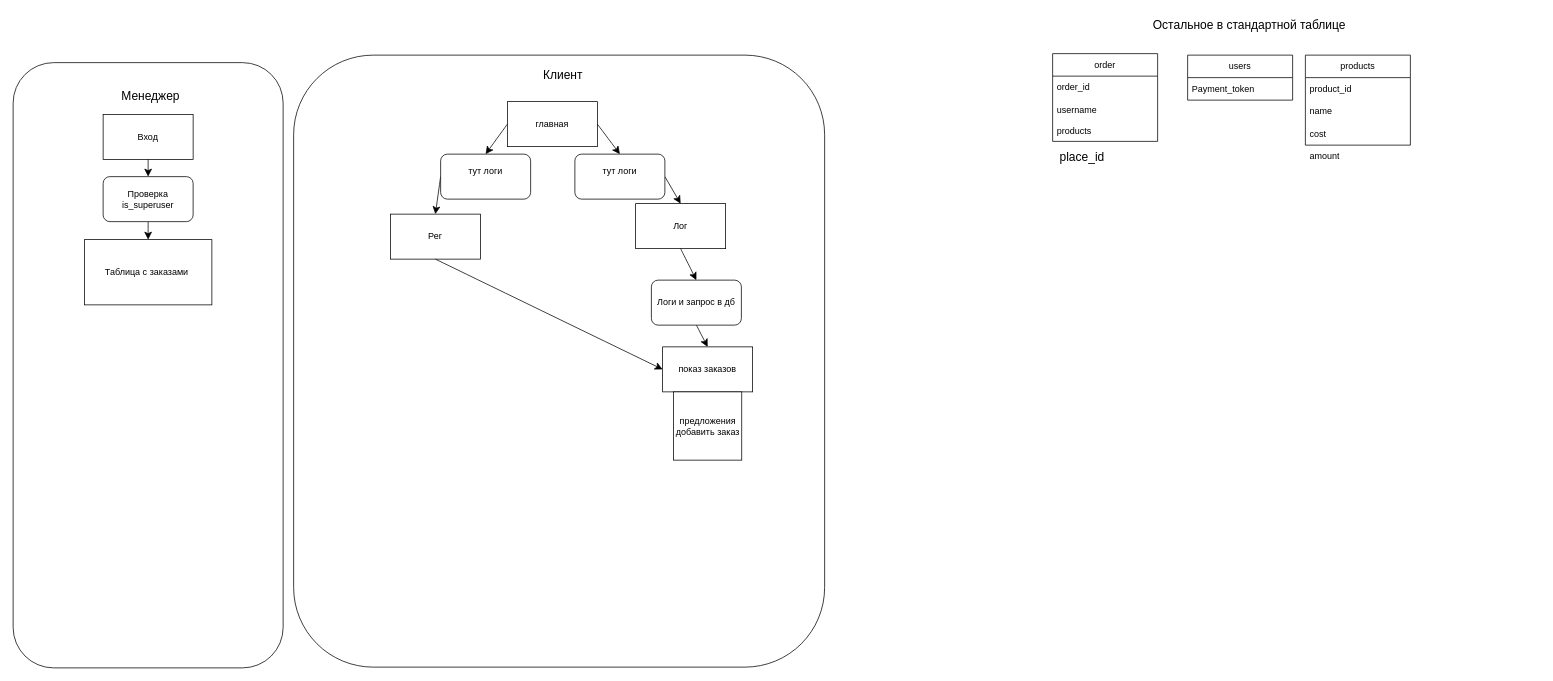
The draw.io diagram Road_map/Диаграмма без названия.drawio in Froo-tech/Pizza_django, before the edit. Source tidied: cells renumbered, new cells numbered last; positions are measured from the earlier drawing's top-left corner, leaving out a move shared by most shapes. Both pictures are drawn from the tidied source at 75%, with x=0, y=0 at pixel (13, 13).
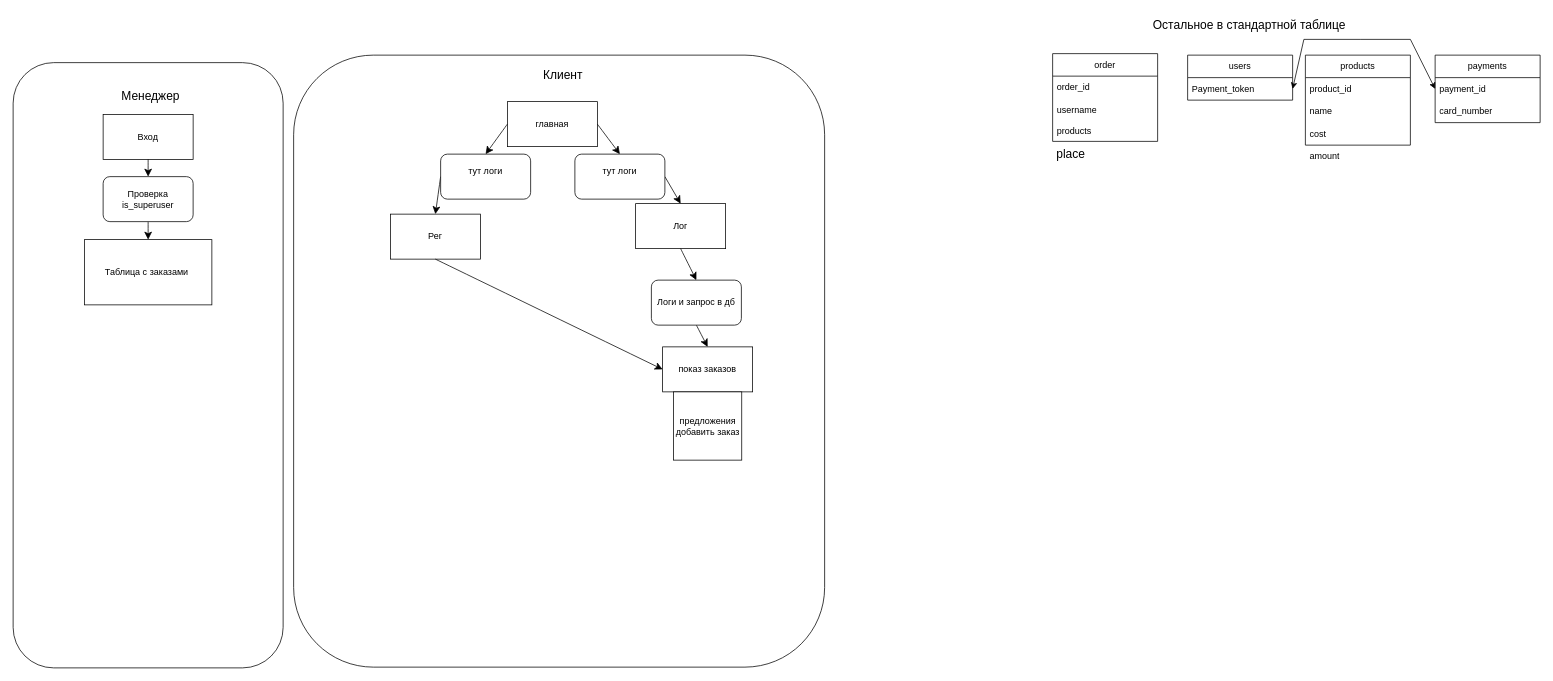
The same diagram, later.

Unchanged cells that the change refers to:
```xml
<mxCell id="16" value="Payment_token" style="text;strokeColor=none;fillColor=none;align=left;verticalAlign=middle;spacingLeft=4;spacingRight=4;overflow=hidden;points=[[0,0.5],[1,0.5]];portConstraint=eastwest;whiteSpace=wrap;html=1;" parent="15" vertex="1">
  <mxGeometry y="30" width="140" height="30" as="geometry" />
</mxCell>
```

The edit, as a diff of the source:
```diff
@@
-    <mxCell id="37" value="place_id" style="text;html=1;align=center;verticalAlign=middle;strokeColor=none;fillColor=none;fontSize=16;" parent="1" vertex="1">
-      <mxGeometry x="1386" y="176" width="78" height="31" as="geometry" />
+    <mxCell id="37" value="place" style="text;html=1;align=center;verticalAlign=middle;strokeColor=none;fillColor=none;fontSize=16;" parent="1" vertex="1">
+      <mxGeometry x="1382" y="171" width="56" height="31" as="geometry" />
     </mxCell>
@@
+    <mxCell id="40" value="payments" style="swimlane;fontStyle=0;horizontal=1;startSize=30;whiteSpace=wrap;html=1;" parent="1" vertex="1">
+      <mxGeometry x="1896" y="56" width="140" height="90" as="geometry" />
+    </mxCell>
+    <mxCell id="41" value="payment_id" style="text;strokeColor=none;fillColor=none;align=left;verticalAlign=middle;spacingLeft=4;spacingRight=4;overflow=hidden;points=[[0,0.5],[1,0.5]];portConstraint=eastwest;whiteSpace=wrap;html=1;" parent="40" vertex="1">
+      <mxGeometry y="30" width="140" height="30" as="geometry" />
+    </mxCell>
+    <mxCell id="42" value="card_number" style="text;strokeColor=none;fillColor=none;align=left;verticalAlign=middle;spacingLeft=4;spacingRight=4;overflow=hidden;whiteSpace=wrap;html=1;" parent="40" vertex="1">
+      <mxGeometry y="60" width="140" height="30" as="geometry" />
+    </mxCell>
+    <mxCell id="43" style="endArrow=classic;startArrow=classic;html=1;rounded=0;entryX=0;entryY=0.5;entryDx=0;entryDy=0;exitX=1;exitY=0.5;exitDx=0;exitDy=0;" parent="1" edge="1" source="16" target="41">
+      <mxGeometry relative="1" as="geometry">
+        <Array as="points">
+          <mxPoint x="1721" y="35" />
+          <mxPoint x="1797" y="35" />
+          <mxPoint x="1863" y="35" />
+        </Array>
+      </mxGeometry>
+    </mxCell>
```
